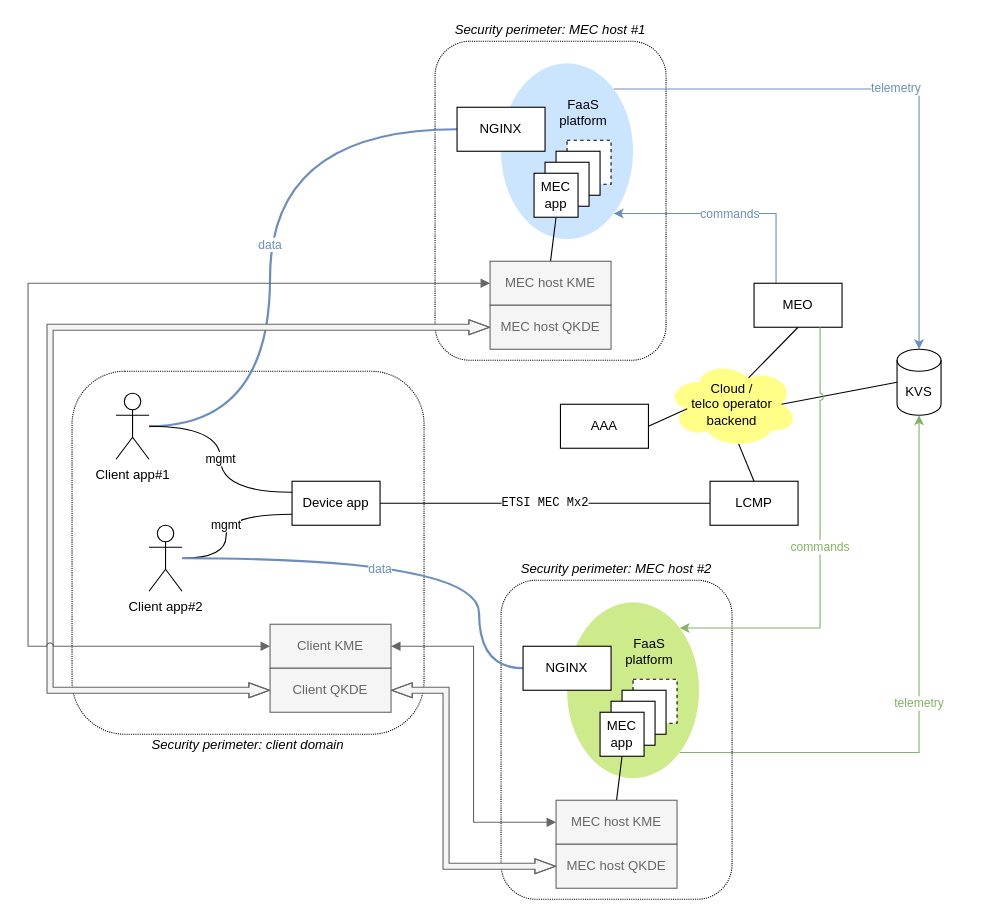
ccicconetti/etsi-mec-qkd keeps this draw.io diagram as page "scenario-two-hosts" (1 of 8) of figures/diagrams.drawio. Above is the earlier version. Source tidied: cells renumbered, new cells numbered last; positions are measured from the earlier drawing's top-left corner, leaving out a move shared by most shapes. Both pictures are drawn from the tidied source at 110%, with x=0, y=0 at pixel (28, 19).
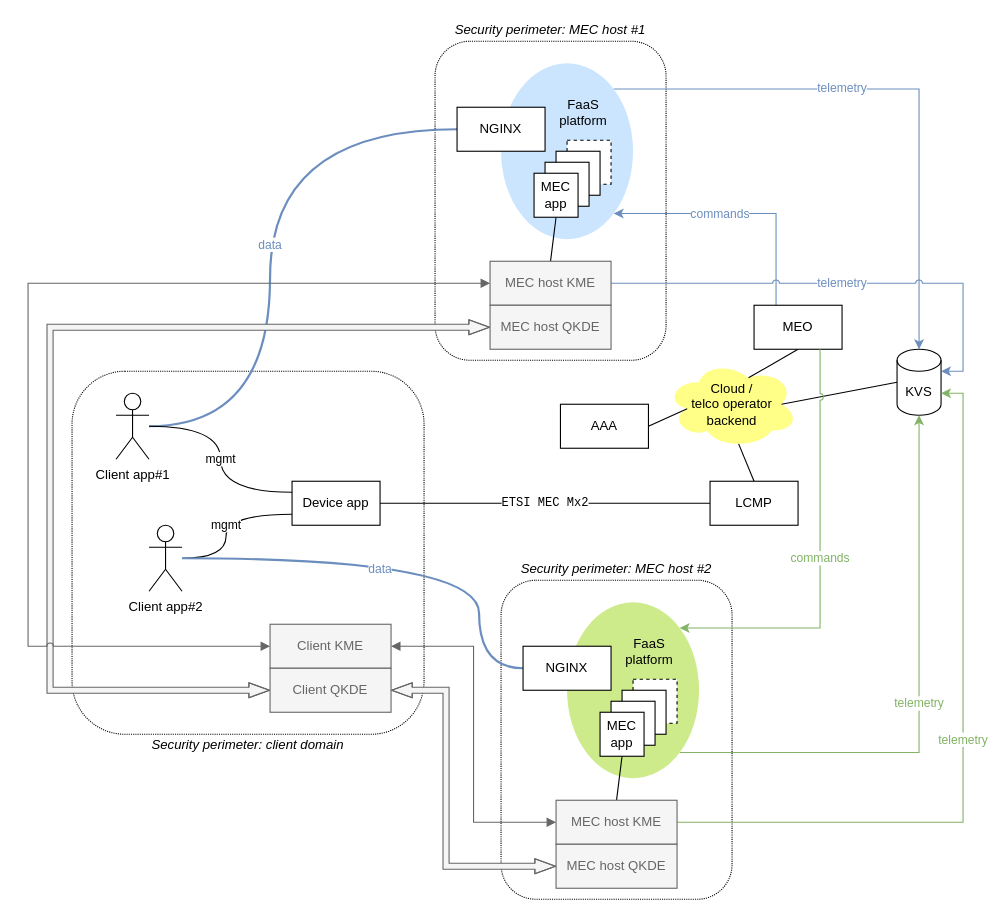
After the change.

Commit message (it also covers changes not shown here):
Update main arch diagram

Unchanged cells that the change refers to:
```xml
<mxCell id="5" style="ellipse;whiteSpace=wrap;html=1;fillColor=#cce5ff;strokeColor=none;" parent="1" vertex="1">
  <mxGeometry x="430" y="40" width="120" height="160" as="geometry" />
</mxCell>
<mxCell id="9" value="KVS" style="shape=cylinder3;whiteSpace=wrap;html=1;boundedLbl=1;backgroundOutline=1;size=10;" parent="1" vertex="1">
  <mxGeometry x="790" y="300" width="40" height="60" as="geometry" />
</mxCell>
<mxCell id="33" value="MEC host KME" style="rounded=0;whiteSpace=wrap;html=1;strokeWidth=1;fillColor=#f5f5f5;fontColor=#666666;strokeColor=#666666;" parent="1" vertex="1">
  <mxGeometry x="420" y="220" width="110" height="40" as="geometry" />
</mxCell>
<mxCell id="47" value="MEC host KME" style="rounded=0;whiteSpace=wrap;html=1;strokeWidth=1;fillColor=#f5f5f5;fontColor=#666666;strokeColor=#666666;" parent="1" vertex="1">
  <mxGeometry x="480" y="710" width="110" height="40" as="geometry" />
</mxCell>
```

The edit, as a diff of the source:
```diff
@@
     <mxCell id="4" value="telemetry" style="edgeStyle=orthogonalEdgeStyle;jumpStyle=arc;jettySize=auto;html=1;exitX=1;exitY=0;exitDx=0;exitDy=0;entryX=0.5;entryY=0;entryDx=0;entryDy=0;entryPerimeter=0;shadow=0;strokeWidth=1;fontFamily=Helvetica;fontColor=#6C8EBF;startArrow=none;startFill=0;endArrow=classic;endFill=1;rounded=0;fillColor=#dae8fc;strokeColor=#6c8ebf;" parent="1" edge="1" source="5" target="9">
-      <mxGeometry relative="1" as="geometry" />
+      <mxGeometry x="-0.19" relative="1" as="geometry" />
     </mxCell>
@@
     <mxCell id="11" value="commands" style="edgeStyle=orthogonalEdgeStyle;rounded=0;jumpStyle=arc;jettySize=auto;html=1;exitX=0.25;exitY=0;exitDx=0;exitDy=0;entryX=1;entryY=1;entryDx=0;entryDy=0;shadow=0;strokeWidth=1;fontFamily=Helvetica;fontColor=#6C8EBF;startArrow=none;startFill=0;endArrow=classic;endFill=1;fillColor=#dae8fc;strokeColor=#6c8ebf;" parent="1" edge="1" source="12" target="5">
-      <mxGeometry relative="1" as="geometry">
+      <mxGeometry x="0.16" relative="1" as="geometry">
         <Array as="points">
           <mxPoint x="680" y="177" />
         </Array>
       </mxGeometry>
     </mxCell>
     <mxCell id="12" value="MEO" style="rounded=0;whiteSpace=wrap;html=1;" parent="1" vertex="1">
-      <mxGeometry x="660" y="240" width="80" height="40" as="geometry" />
+      <mxGeometry x="660" y="260" width="80" height="40" as="geometry" />
     </mxCell>
@@
+    <mxCell id="55" value="telemetry" style="edgeStyle=orthogonalEdgeStyle;rounded=0;jettySize=auto;html=1;exitX=1;exitY=0.5;exitDx=0;exitDy=0;entryX=1;entryY=0;entryDx=0;entryDy=20;entryPerimeter=0;jumpStyle=arc;fillColor=#dae8fc;strokeColor=#6c8ebf;fontColor=#6C8EBF;shadow=0;strokeWidth=1;startArrow=none;startFill=0;endFill=1;" parent="1" edge="1" source="33" target="9">
+      <mxGeometry relative="1" as="geometry" />
+    </mxCell>
@@
+    <mxCell id="56" value="telemetry" style="edgeStyle=orthogonalEdgeStyle;rounded=0;jettySize=auto;html=1;exitX=1;exitY=0.5;exitDx=0;exitDy=0;entryX=1;entryY=0;entryDx=0;entryDy=40;entryPerimeter=0;fillColor=#d5e8d4;strokeColor=#82b366;fontColor=#82B366;shadow=0;strokeWidth=1;startArrow=none;startFill=0;endFill=1;" parent="1" edge="1" source="47" target="9">
+      <mxGeometry relative="1" as="geometry" />
+    </mxCell>
```
